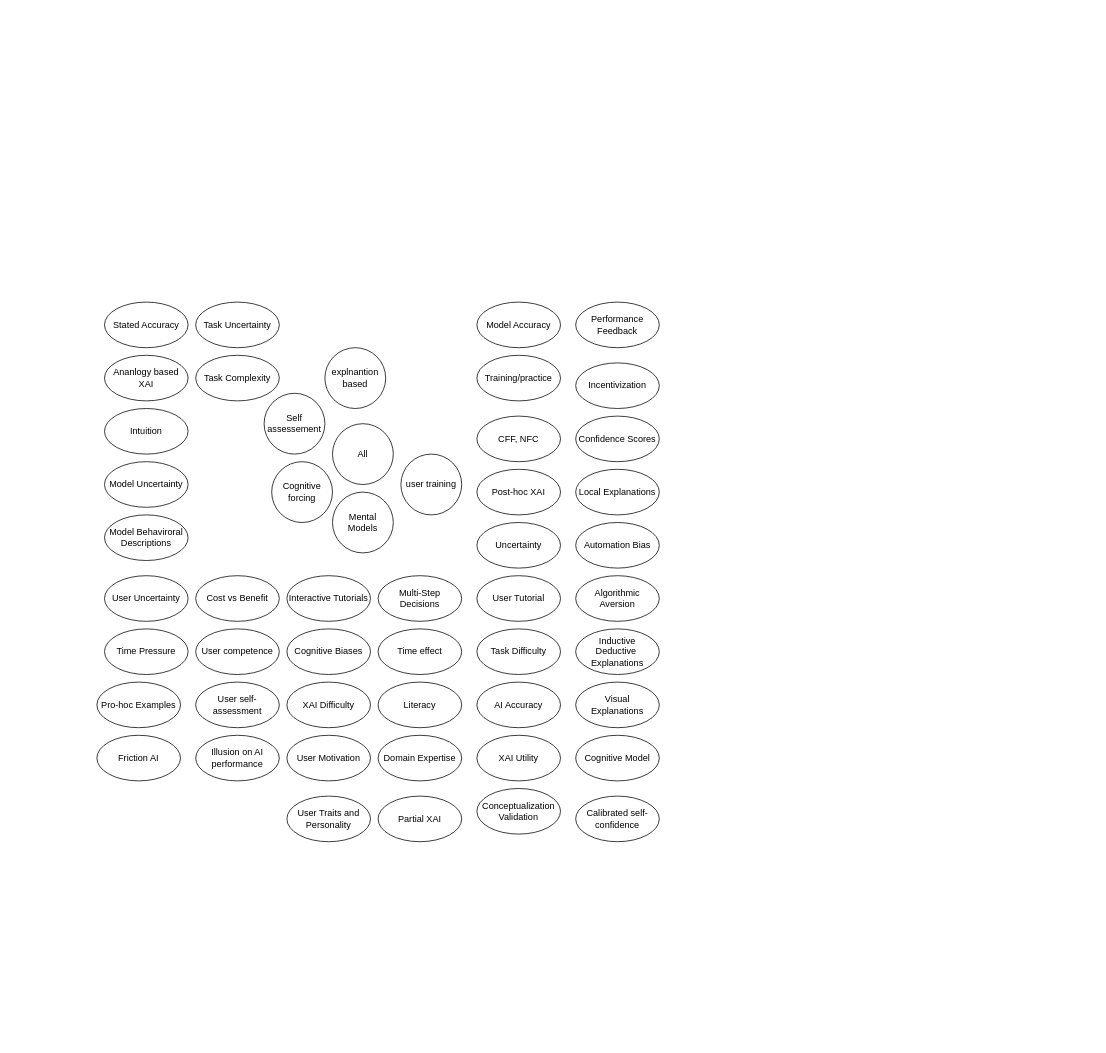
Earlier version of the draw.io diagram ext/chi-rev-method-overview.drawio (raeeschaudhary/Coursera_Exams). Source tidied: cells renumbered, new cells numbered last; positions are measured from the earlier drawing's top-left corner, leaving out a move shared by most shapes. Both pictures are drawn from the tidied source at 76%, with x=0, y=0 at pixel (97, 302).
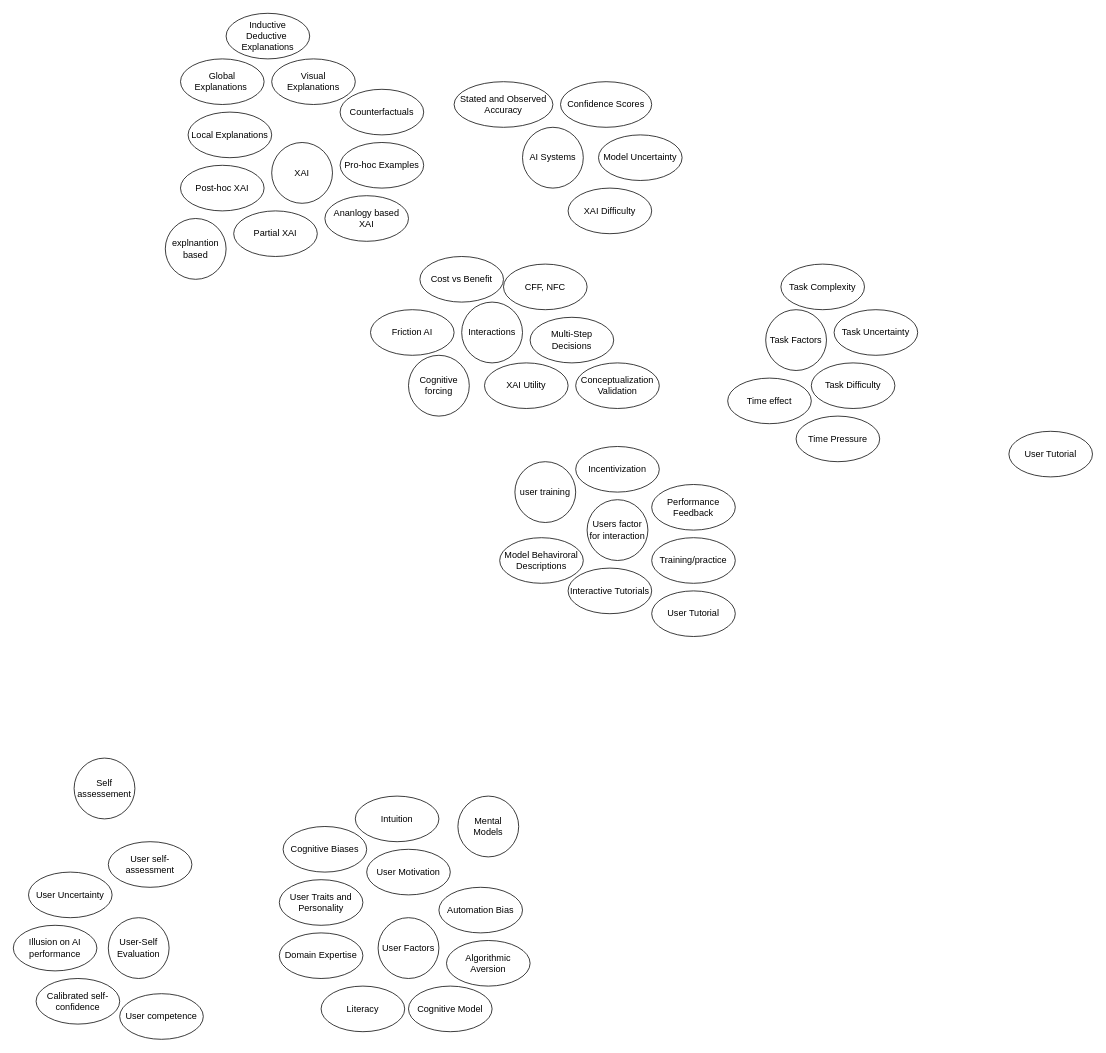
Above is the later version.

The edit, as a diff of the source:
```diff
@@
-    <mxCell id="2" value="All" style="ellipse;whiteSpace=wrap;html=1;" parent="1" vertex="1">
-      <mxGeometry x="310" y="160" width="80" height="80" as="geometry" />
-    </mxCell>
     <mxCell id="3" value="explnantion based" style="ellipse;whiteSpace=wrap;html=1;" parent="1" vertex="1">
-      <mxGeometry x="300" y="60" width="80" height="80" as="geometry" />
+      <mxGeometry x="90" y="-110" width="80" height="80" as="geometry" />
     </mxCell>
     <mxCell id="4" value="user training" style="ellipse;whiteSpace=wrap;html=1;" parent="1" vertex="1">
-      <mxGeometry x="400" y="200" width="80" height="80" as="geometry" />
+      <mxGeometry x="550" y="210" width="80" height="80" as="geometry" />
     </mxCell>
     <mxCell id="5" value="Cognitive forcing" style="ellipse;whiteSpace=wrap;html=1;" parent="1" vertex="1">
-      <mxGeometry x="230" y="210" width="80" height="80" as="geometry" />
+      <mxGeometry x="410" y="70" width="80" height="80" as="geometry" />
     </mxCell>
     <mxCell id="6" value="Self assessement" style="ellipse;whiteSpace=wrap;html=1;" parent="1" vertex="1">
-      <mxGeometry x="220" y="120" width="80" height="80" as="geometry" />
+      <mxGeometry x="-30" y="600" width="80" height="80" as="geometry" />
     </mxCell>
-    <mxCell id="7" value="Model Accuracy" style="ellipse;whiteSpace=wrap;html=1;" parent="1" vertex="1">
-      <mxGeometry x="500" width="110" height="60" as="geometry" />
-    </mxCell>
     <mxCell id="8" value="Performance Feedback" style="ellipse;whiteSpace=wrap;html=1;" parent="1" vertex="1">
-      <mxGeometry x="630" width="110" height="60" as="geometry" />
+      <mxGeometry x="730" y="240" width="110" height="60" as="geometry" />
     </mxCell>
     <mxCell id="9" value="Incentivization" style="ellipse;whiteSpace=wrap;html=1;" parent="1" vertex="1">
-      <mxGeometry x="630" y="80" width="110" height="60" as="geometry" />
+      <mxGeometry x="630" y="190" width="110" height="60" as="geometry" />
     </mxCell>
     <mxCell id="10" value="Confidence Scores" style="ellipse;whiteSpace=wrap;html=1;" parent="1" vertex="1">
-      <mxGeometry x="630" y="150" width="110" height="60" as="geometry" />
+      <mxGeometry x="610" y="-290" width="120" height="60" as="geometry" />
     </mxCell>
     <mxCell id="11" value="Local Explanations" style="ellipse;whiteSpace=wrap;html=1;" parent="1" vertex="1">
-      <mxGeometry x="630" y="220" width="110" height="60" as="geometry" />
+      <mxGeometry x="120" y="-250" width="110" height="60" as="geometry" />
     </mxCell>
     <mxCell id="12" value="Mental Models" style="ellipse;whiteSpace=wrap;html=1;" parent="1" vertex="1">
-      <mxGeometry x="310" y="250" width="80" height="80" as="geometry" />
+      <mxGeometry x="475" y="650" width="80" height="80" as="geometry" />
     </mxCell>
     <mxCell id="13" value="Automation Bias" style="ellipse;whiteSpace=wrap;html=1;" parent="1" vertex="1">
-      <mxGeometry x="630" y="290" width="110" height="60" as="geometry" />
+      <mxGeometry x="450" y="770" width="110" height="60" as="geometry" />
     </mxCell>
     <mxCell id="14" value="Algorithmic Aversion" style="ellipse;whiteSpace=wrap;html=1;" parent="1" vertex="1">
-      <mxGeometry x="630" y="360" width="110" height="60" as="geometry" />
+      <mxGeometry x="460" y="840" width="110" height="60" as="geometry" />
     </mxCell>
     <mxCell id="15" value="Inductive&lt;div&gt;Deductive&amp;nbsp;&lt;/div&gt;&lt;div&gt;Explanations&lt;/div&gt;" style="ellipse;whiteSpace=wrap;html=1;" parent="1" vertex="1">
-      <mxGeometry x="630" y="430" width="110" height="60" as="geometry" />
+      <mxGeometry x="170" y="-380" width="110" height="60" as="geometry" />
     </mxCell>
     <mxCell id="16" value="Visual&lt;br&gt;&lt;div&gt;Explanations&lt;/div&gt;" style="ellipse;whiteSpace=wrap;html=1;" parent="1" vertex="1">
-      <mxGeometry x="630" y="500" width="110" height="60" as="geometry" />
+      <mxGeometry x="230" y="-320" width="110" height="60" as="geometry" />
     </mxCell>
     <mxCell id="17" value="CFF, NFC" style="ellipse;whiteSpace=wrap;html=1;" parent="1" vertex="1">
-      <mxGeometry x="500" y="150" width="110" height="60" as="geometry" />
+      <mxGeometry x="535" y="-50" width="110" height="60" as="geometry" />
     </mxCell>
     <mxCell id="18" value="Post-hoc XAI" style="ellipse;whiteSpace=wrap;html=1;" parent="1" vertex="1">
-      <mxGeometry x="500" y="220" width="110" height="60" as="geometry" />
+      <mxGeometry x="110" y="-180" width="110" height="60" as="geometry" />
     </mxCell>
     <mxCell id="19" value="Training/practice" style="ellipse;whiteSpace=wrap;html=1;" parent="1" vertex="1">
-      <mxGeometry x="500" y="70" width="110" height="60" as="geometry" />
+      <mxGeometry x="730" y="310" width="110" height="60" as="geometry" />
     </mxCell>
     <mxCell id="20" value="User Tutorial" style="ellipse;whiteSpace=wrap;html=1;" parent="1" vertex="1">
-      <mxGeometry x="500" y="360" width="110" height="60" as="geometry" />
+      <mxGeometry x="730" y="380" width="110" height="60" as="geometry" />
     </mxCell>
-    <mxCell id="21" value="Uncertainty" style="ellipse;whiteSpace=wrap;html=1;" parent="1" vertex="1">
-      <mxGeometry x="500" y="290" width="110" height="60" as="geometry" />
-    </mxCell>
     <mxCell id="22" value="Task Difficulty" style="ellipse;whiteSpace=wrap;html=1;" parent="1" vertex="1">
-      <mxGeometry x="500" y="430" width="110" height="60" as="geometry" />
+      <mxGeometry x="940" y="80" width="110" height="60" as="geometry" />
     </mxCell>
-    <mxCell id="23" value="AI Accuracy" style="ellipse;whiteSpace=wrap;html=1;" parent="1" vertex="1">
-      <mxGeometry x="500" y="500" width="110" height="60" as="geometry" />
-    </mxCell>
     <mxCell id="24" value="Multi-Step Decisions" style="ellipse;whiteSpace=wrap;html=1;" parent="1" vertex="1">
-      <mxGeometry x="370" y="360" width="110" height="60" as="geometry" />
+      <mxGeometry x="570" y="20" width="110" height="60" as="geometry" />
     </mxCell>
     <mxCell id="25" value="Time effect" style="ellipse;whiteSpace=wrap;html=1;" parent="1" vertex="1">
-      <mxGeometry x="370" y="430" width="110" height="60" as="geometry" />
+      <mxGeometry x="830" y="100" width="110" height="60" as="geometry" />
     </mxCell>
     <mxCell id="26" value="Literacy" style="ellipse;whiteSpace=wrap;html=1;" parent="1" vertex="1">
-      <mxGeometry x="370" y="500" width="110" height="60" as="geometry" />
+      <mxGeometry x="295" y="900" width="110" height="60" as="geometry" />
     </mxCell>
     <mxCell id="27" value="Interactive Tutorials" style="ellipse;whiteSpace=wrap;html=1;" parent="1" vertex="1">
-      <mxGeometry x="250" y="360" width="110" height="60" as="geometry" />
+      <mxGeometry x="620" y="350" width="110" height="60" as="geometry" />
     </mxCell>
     <mxCell id="28" value="Domain Expertise" style="ellipse;whiteSpace=wrap;html=1;" parent="1" vertex="1">
-      <mxGeometry x="370" y="570" width="110" height="60" as="geometry" />
+      <mxGeometry x="240" y="830" width="110" height="60" as="geometry" />
     </mxCell>
     <mxCell id="29" value="Cognitive Biases" style="ellipse;whiteSpace=wrap;html=1;" parent="1" vertex="1">
-      <mxGeometry x="250" y="430" width="110" height="60" as="geometry" />
+      <mxGeometry x="245" y="690" width="110" height="60" as="geometry" />
     </mxCell>
     <mxCell id="30" value="Cognitive Model" style="ellipse;whiteSpace=wrap;html=1;" parent="1" vertex="1">
-      <mxGeometry x="630" y="570" width="110" height="60" as="geometry" />
+      <mxGeometry x="410" y="900" width="110" height="60" as="geometry" />
     </mxCell>
     <mxCell id="31" value="XAI Utility" style="ellipse;whiteSpace=wrap;html=1;" parent="1" vertex="1">
-      <mxGeometry x="500" y="570" width="110" height="60" as="geometry" />
+      <mxGeometry x="510" y="80" width="110" height="60" as="geometry" />
     </mxCell>
     <mxCell id="32" value="XAI Difficulty" style="ellipse;whiteSpace=wrap;html=1;" parent="1" vertex="1">
-      <mxGeometry x="250" y="500" width="110" height="60" as="geometry" />
+      <mxGeometry x="620" y="-150" width="110" height="60" as="geometry" />
     </mxCell>
     <mxCell id="33" value="User Motivation" style="ellipse;whiteSpace=wrap;html=1;" parent="1" vertex="1">
-      <mxGeometry x="250" y="570" width="110" height="60" as="geometry" />
+      <mxGeometry x="355" y="720" width="110" height="60" as="geometry" />
     </mxCell>
     <mxCell id="34" value="Cost vs Benefit" style="ellipse;whiteSpace=wrap;html=1;" parent="1" vertex="1">
-      <mxGeometry x="130" y="360" width="110" height="60" as="geometry" />
+      <mxGeometry x="425" y="-60" width="110" height="60" as="geometry" />
     </mxCell>
     <mxCell id="35" value="User competence" style="ellipse;whiteSpace=wrap;html=1;" parent="1" vertex="1">
-      <mxGeometry x="130" y="430" width="110" height="60" as="geometry" />
+      <mxGeometry x="30" y="910" width="110" height="60" as="geometry" />
     </mxCell>
     <mxCell id="36" value="User self-assessment" style="ellipse;whiteSpace=wrap;html=1;" parent="1" vertex="1">
-      <mxGeometry x="130" y="500" width="110" height="60" as="geometry" />
+      <mxGeometry x="15" y="710" width="110" height="60" as="geometry" />
     </mxCell>
     <mxCell id="37" value="Illusion on AI performance" style="ellipse;whiteSpace=wrap;html=1;" parent="1" vertex="1">
-      <mxGeometry x="130" y="570" width="110" height="60" as="geometry" />
+      <mxGeometry x="-110" y="820" width="110" height="60" as="geometry" />
     </mxCell>
-    <mxCell id="38" value="Stated Accuracy" style="ellipse;whiteSpace=wrap;html=1;" parent="1" vertex="1">
-      <mxGeometry x="10" width="110" height="60" as="geometry" />
+    <mxCell id="38" value="Stated and Observed Accuracy" style="ellipse;whiteSpace=wrap;html=1;" parent="1" vertex="1">
+      <mxGeometry x="470" y="-290" width="130" height="60" as="geometry" />
     </mxCell>
     <mxCell id="39" value="Ananlogy based XAI" style="ellipse;whiteSpace=wrap;html=1;" parent="1" vertex="1">
-      <mxGeometry x="10" y="70" width="110" height="60" as="geometry" />
+      <mxGeometry x="300" y="-140" width="110" height="60" as="geometry" />
     </mxCell>
     <mxCell id="40" value="Intuition" style="ellipse;whiteSpace=wrap;html=1;" parent="1" vertex="1">
-      <mxGeometry x="10" y="140" width="110" height="60" as="geometry" />
+      <mxGeometry x="340" y="650" width="110" height="60" as="geometry" />
     </mxCell>
     <mxCell id="41" value="Model Uncertainty" style="ellipse;whiteSpace=wrap;html=1;" parent="1" vertex="1">
-      <mxGeometry x="10" y="210" width="110" height="60" as="geometry" />
+      <mxGeometry x="660" y="-220" width="110" height="60" as="geometry" />
     </mxCell>
     <mxCell id="42" value="Model Behaviroral Descriptions" style="ellipse;whiteSpace=wrap;html=1;" parent="1" vertex="1">
-      <mxGeometry x="10" y="280" width="110" height="60" as="geometry" />
+      <mxGeometry x="530" y="310" width="110" height="60" as="geometry" />
     </mxCell>
     <mxCell id="43" value="User Uncertainty" style="ellipse;whiteSpace=wrap;html=1;" parent="1" vertex="1">
-      <mxGeometry x="10" y="360" width="110" height="60" as="geometry" />
+      <mxGeometry x="-90" y="750" width="110" height="60" as="geometry" />
     </mxCell>
     <mxCell id="44" value="Time Pressure" style="ellipse;whiteSpace=wrap;html=1;" parent="1" vertex="1">
-      <mxGeometry x="10" y="430" width="110" height="60" as="geometry" />
+      <mxGeometry x="920" y="150" width="110" height="60" as="geometry" />
     </mxCell>
     <mxCell id="45" value="Pro-hoc Examples" style="ellipse;whiteSpace=wrap;html=1;" parent="1" vertex="1">
-      <mxGeometry y="500" width="110" height="60" as="geometry" />
+      <mxGeometry x="320" y="-210" width="110" height="60" as="geometry" />
     </mxCell>
     <mxCell id="46" value="Friction AI" style="ellipse;whiteSpace=wrap;html=1;" parent="1" vertex="1">
-      <mxGeometry y="570" width="110" height="60" as="geometry" />
+      <mxGeometry x="360" y="10" width="110" height="60" as="geometry" />
     </mxCell>
     <mxCell id="47" value="Calibrated self-confidence" style="ellipse;whiteSpace=wrap;html=1;" parent="1" vertex="1">
-      <mxGeometry x="630" y="650" width="110" height="60" as="geometry" />
+      <mxGeometry x="-80" y="890" width="110" height="60" as="geometry" />
     </mxCell>
     <mxCell id="48" value="Conceptualization Validation" style="ellipse;whiteSpace=wrap;html=1;" parent="1" vertex="1">
-      <mxGeometry x="500" y="640" width="110" height="60" as="geometry" />
+      <mxGeometry x="630" y="80" width="110" height="60" as="geometry" />
     </mxCell>
     <mxCell id="49" value="Task Complexity" style="ellipse;whiteSpace=wrap;html=1;" parent="1" vertex="1">
-      <mxGeometry x="130" y="70" width="110" height="60" as="geometry" />
+      <mxGeometry x="900" y="-50" width="110" height="60" as="geometry" />
     </mxCell>
     <mxCell id="50" value="Task Uncertainty" style="ellipse;whiteSpace=wrap;html=1;" parent="1" vertex="1">
-      <mxGeometry x="130" width="110" height="60" as="geometry" />
+      <mxGeometry x="970" y="10" width="110" height="60" as="geometry" />
     </mxCell>
     <mxCell id="51" value="Partial XAI" style="ellipse;whiteSpace=wrap;html=1;" parent="1" vertex="1">
-      <mxGeometry x="370" y="650" width="110" height="60" as="geometry" />
+      <mxGeometry x="180" y="-120" width="110" height="60" as="geometry" />
     </mxCell>
     <mxCell id="52" value="User Traits and Personality" style="ellipse;whiteSpace=wrap;html=1;" parent="1" vertex="1">
-      <mxGeometry x="250" y="650" width="110" height="60" as="geometry" />
+      <mxGeometry x="240" y="760" width="110" height="60" as="geometry" />
     </mxCell>
+    <mxCell id="53" value="AI Systems" style="ellipse;whiteSpace=wrap;html=1;" parent="1" vertex="1">
+      <mxGeometry x="560" y="-230" width="80" height="80" as="geometry" />
+    </mxCell>
+    <mxCell id="54" value="XAI" style="ellipse;whiteSpace=wrap;html=1;" parent="1" vertex="1">
+      <mxGeometry x="230" y="-210" width="80" height="80" as="geometry" />
+    </mxCell>
+    <mxCell id="55" value="Global Explanations&amp;nbsp;" style="ellipse;whiteSpace=wrap;html=1;" parent="1" vertex="1">
+      <mxGeometry x="110" y="-320" width="110" height="60" as="geometry" />
+    </mxCell>
+    <mxCell id="56" value="Counterfactuals" style="ellipse;whiteSpace=wrap;html=1;" parent="1" vertex="1">
+      <mxGeometry x="320" y="-280" width="110" height="60" as="geometry" />
+    </mxCell>
+    <mxCell id="57" value="User Factors" style="ellipse;whiteSpace=wrap;html=1;" parent="1" vertex="1">
+      <mxGeometry x="370" y="810" width="80" height="80" as="geometry" />
+    </mxCell>
+    <mxCell id="58" value="User-Self Evaluation" style="ellipse;whiteSpace=wrap;html=1;" parent="1" vertex="1">
+      <mxGeometry x="15" y="810" width="80" height="80" as="geometry" />
+    </mxCell>
+    <mxCell id="59" value="Users factor for interaction" style="ellipse;whiteSpace=wrap;html=1;" parent="1" vertex="1">
+      <mxGeometry x="645" y="260" width="80" height="80" as="geometry" />
+    </mxCell>
+    <mxCell id="60" value="Interactions" style="ellipse;whiteSpace=wrap;html=1;" parent="1" vertex="1">
+      <mxGeometry x="480" width="80" height="80" as="geometry" />
+    </mxCell>
+    <mxCell id="61" value="User Tutorial" style="ellipse;whiteSpace=wrap;html=1;" parent="1" vertex="1">
+      <mxGeometry x="1200" y="170" width="110" height="60" as="geometry" />
+    </mxCell>
+    <mxCell id="62" value="Task Factors" style="ellipse;whiteSpace=wrap;html=1;" parent="1" vertex="1">
+      <mxGeometry x="880" y="10" width="80" height="80" as="geometry" />
+    </mxCell>
```
